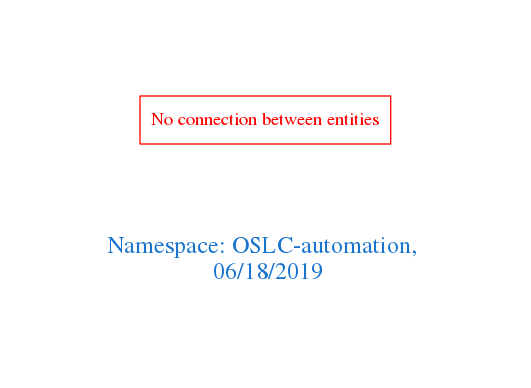
Above: downloads/OSLC-automation.png in arago/OGIT (Graphviz), before the change. Its source is kept beside it as downloads/OSLC-automation.dot.
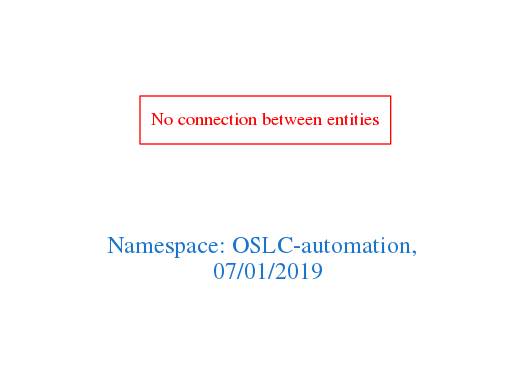
After the commit.

What changed in the source:
```diff
@@ -1,7 +1,7 @@
 digraph OGIT_ontology {
  graph [ rankdir= LR,pad=1
 fontsize = 18,
-fontcolor= dodgerblue3,label = "\n\n\nNamespace: OSLC-automation, \n 06/18/2019"];
+fontcolor= dodgerblue3,label = "\n\n\nNamespace: OSLC-automation, \n 07/01/2019"];
 node[shape=polygon];
 edge [  color="gray81"];
 
```
